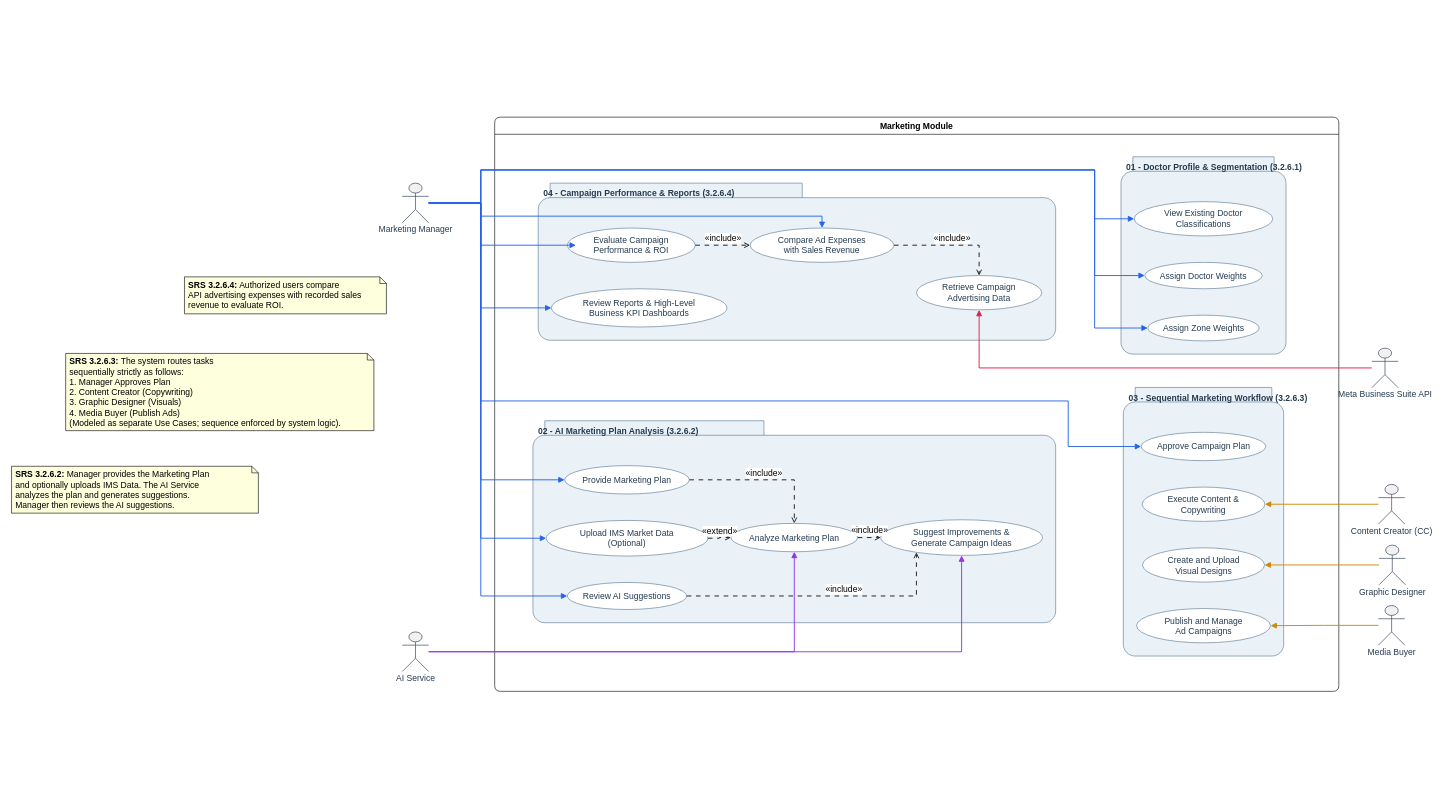
Graduation-Project-Norway/Documentations keeps this draw.io diagram as MarketingModule.drawio. Above is the earlier version. Source tidied: cells renumbered, new cells numbered last; positions are measured from the earlier drawing's top-left corner, leaving out a move shared by most shapes. Both pictures are drawn from the tidied source at 66%, with x=0, y=0 at pixel (11, 117).
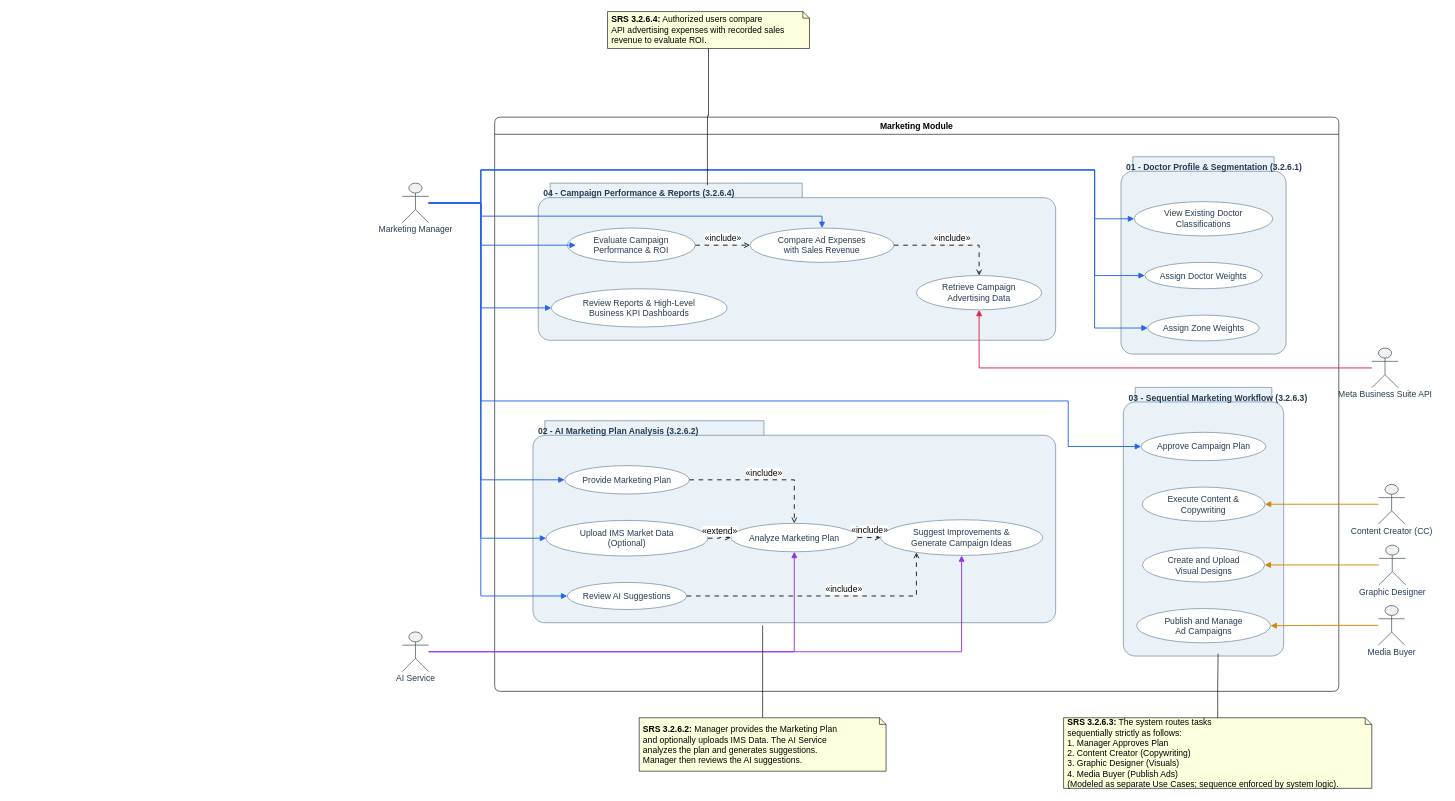
After the change.

Unchanged cells that the change refers to:
```xml
<mxCell id="2" style="group;transparentBounds=1;editIcon=1;lockedGroup=0;groupPadding=10;" parent="1" vertex="1">
  <mxGeometry x="611" y="130" as="geometry" />
</mxCell>
<mxCell id="18" value="03 - Sequential Marketing Workflow (3.2.6.3)" style="shape=folder;tabWidth=243;tabHeight=22;tabPosition=left;html=1;fillColor=#EAF2F8;strokeColor=#647F99;fontColor=#263B50;fontSize=13;fontStyle=1;align=left;verticalAlign=top;spacingLeft=6;spacingTop=1;rounded=1;arcSize=18;absoluteArcSize=1;shadow=0;fontFamily=Arial;" parent="3" vertex="1">
  <mxGeometry x="952.5" y="409.5" width="243" height="407" as="geometry" />
</mxCell>
<mxCell id="42" value="04 - Campaign Performance &amp;amp; Reports (3.2.6.4)" style="shape=folder;tabWidth=400;tabHeight=22;tabPosition=left;html=1;fillColor=#EAF2F8;strokeColor=#647F99;fontColor=#263B50;fontSize=13;fontStyle=1;align=left;verticalAlign=top;spacingLeft=6;spacingTop=1;rounded=1;arcSize=18;absoluteArcSize=1;shadow=0;fontFamily=Arial;" parent="2" vertex="1">
  <mxGeometry x="187" y="-30" width="784" height="238" as="geometry" />
</mxCell>
```

The edit, as a diff of the source:
```diff
@@
     <mxCell id="39" value="&lt;b&gt;SRS 3.2.6.3:&lt;/b&gt; The system routes tasks&lt;br&gt;sequentially strictly as follows:&lt;br&gt;1. Manager Approves Plan&lt;br&gt;2. Content Creator (Copywriting)&lt;br&gt;3. Graphic Designer (Visuals)&lt;br&gt;4. Media Buyer (Publish Ads)&lt;br&gt;(Modeled as separate Use Cases; sequence enforced by system logic)." style="shape=note;size=10;fillColor=#FEFFDD;strokeColor=#181818;fontSize=13;whiteSpace=wrap;align=left;spacingLeft=4;rounded=1;arcSize=18;absoluteArcSize=1;shadow=0;fontFamily=Arial;html=1;" parent="2" vertex="1">
-      <mxGeometry x="-529" y="228" width="467" height="117" as="geometry" />
+      <mxGeometry x="983" y="780" width="467" height="107" as="geometry" />
     </mxCell>
     <mxCell id="40" value="&lt;b&gt;SRS 3.2.6.4:&lt;/b&gt; Authorized users compare&lt;br&gt;API advertising expenses with recorded sales&lt;br&gt;revenue to evaluate ROI." style="shape=note;size=10;fillColor=#FEFFDD;strokeColor=#181818;fontSize=13;whiteSpace=wrap;align=left;spacingLeft=4;rounded=1;arcSize=18;absoluteArcSize=1;shadow=0;fontFamily=Arial;html=1;" parent="2" vertex="1">
-      <mxGeometry x="-349" y="112" width="306" height="56" as="geometry" />
+      <mxGeometry x="292" y="-290" width="306" height="56" as="geometry" />
     </mxCell>
+    <mxCell id="61" style="edgeStyle=orthogonalEdgeStyle;rounded=0;jettySize=auto;html=1;defaultLabelBackgroundColor=page;labelPadding=0 4;endArrow=none;endFill=0;flowAnimation=1;" parent="2" edge="1" source="41">
+      <mxGeometry relative="1" as="geometry">
+        <mxPoint x="527" y="640" as="targetPoint" />
+      </mxGeometry>
+    </mxCell>
     <mxCell id="41" value="&lt;b&gt;SRS 3.2.6.2:&lt;/b&gt; Manager provides the Marketing Plan&lt;br&gt;and optionally uploads IMS Data. The AI Service&lt;br&gt;analyzes the plan and generates suggestions.&lt;br&gt;Manager then reviews the AI suggestions." style="shape=note;size=10;fillColor=#FEFFDD;strokeColor=#181818;fontSize=13;whiteSpace=wrap;align=left;spacingLeft=4;rounded=1;arcSize=18;absoluteArcSize=1;shadow=0;fontFamily=Arial;html=1;" parent="2" vertex="1">
-      <mxGeometry x="-611" y="399" width="374" height="71" as="geometry" />
+      <mxGeometry x="340" y="780" width="374" height="81" as="geometry" />
     </mxCell>
@@
+    <mxCell id="62" style="edgeStyle=orthogonalEdgeStyle;rounded=0;jettySize=auto;html=1;entryX=0.327;entryY=0.013;entryDx=0;entryDy=0;entryPerimeter=0;defaultLabelBackgroundColor=page;labelPadding=0 4;endArrow=none;endFill=0;flowAnimation=1;" parent="2" edge="1" source="40" target="42">
+      <mxGeometry relative="1" as="geometry" />
+    </mxCell>
+    <mxCell id="63" style="edgeStyle=orthogonalEdgeStyle;rounded=0;jettySize=auto;html=1;entryX=0.591;entryY=0.991;entryDx=0;entryDy=0;entryPerimeter=0;defaultLabelBackgroundColor=page;labelPadding=0 4;endArrow=none;endFill=0;flowAnimation=1;" parent="2" edge="1" source="39" target="18">
+      <mxGeometry relative="1" as="geometry" />
+    </mxCell>
```
